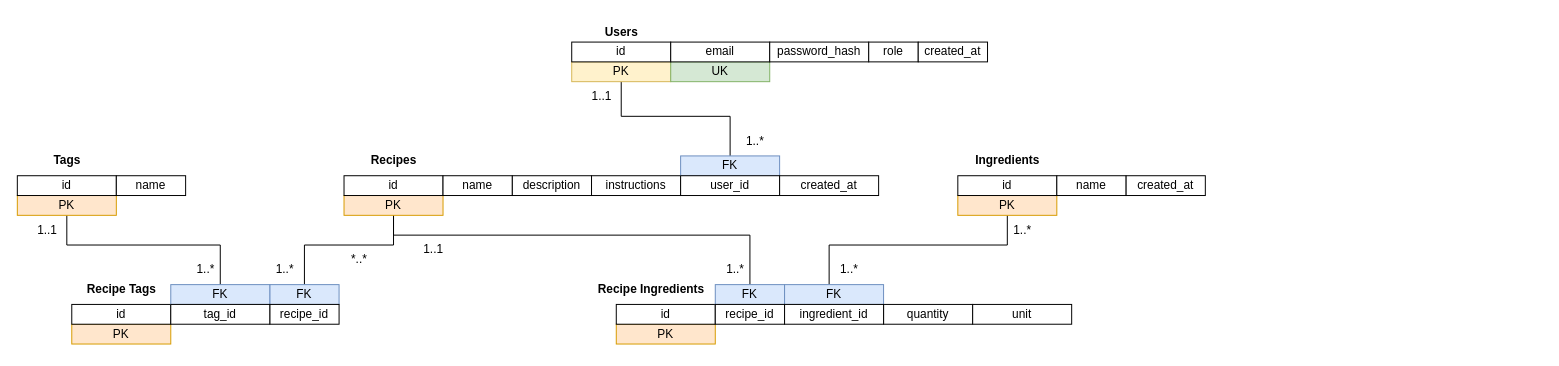
Before: planning/cookbook_relational_schema.drawio in bryant-lam/cookbook-app, a draw.io diagram. Source tidied: cells renumbered, new cells numbered last; positions are measured from the earlier drawing's top-left corner, leaving out a move shared by most shapes. Both pictures are drawn from the tidied source at 99%, with x=0, y=0 at pixel (17, 17).
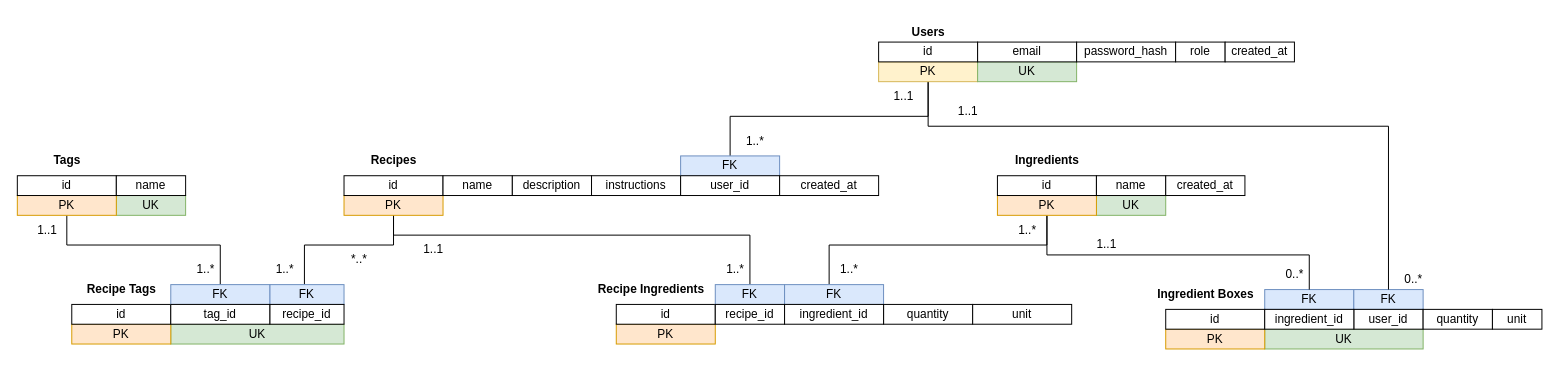
Above is the later version.

Commit message (it also covers changes not shown here):
added tables to postgreSQL db

The change refers to these unchanged cells:
```xml
<mxCell id="20" value="FK" style="rounded=0;whiteSpace=wrap;html=1;fillColor=#dae8fc;strokeColor=#6c8ebf;" parent="1" vertex="1">
  <mxGeometry x="670" y="140" width="100" height="20" as="geometry" />
</mxCell>
<mxCell id="38" value="FK" style="rounded=0;whiteSpace=wrap;html=1;fillColor=#dae8fc;strokeColor=#6c8ebf;" parent="1" vertex="1">
  <mxGeometry x="775" y="270" width="100" height="20" as="geometry" />
</mxCell>
```

Diff of the diagram source:
```diff
@@
+    <mxCell id="59" value="UK" style="rounded=0;whiteSpace=wrap;html=1;fillColor=#d5e8d4;strokeColor=#82b366;" parent="1" vertex="1">
+      <mxGeometry x="100" y="180" width="70" height="20" as="geometry" />
+    </mxCell>
+    <mxCell id="60" value="FK" style="rounded=0;whiteSpace=wrap;html=1;fillColor=#dae8fc;strokeColor=#6c8ebf;" parent="1" vertex="1">
+      <mxGeometry x="1260" y="275" width="90" height="20" as="geometry" />
+    </mxCell>
+    <mxCell id="61" value="FK" style="rounded=0;whiteSpace=wrap;html=1;fillColor=#dae8fc;strokeColor=#6c8ebf;" parent="1" vertex="1">
+      <mxGeometry x="1350" y="275" width="70" height="20" as="geometry" />
+    </mxCell>
+    <mxCell id="62" value="UK" style="rounded=0;whiteSpace=wrap;html=1;fillColor=#d5e8d4;strokeColor=#82b366;" parent="1" vertex="1">
+      <mxGeometry x="1260" y="315" width="160" height="20" as="geometry" />
+    </mxCell>
+    <mxCell id="63" value="UK" style="rounded=0;whiteSpace=wrap;html=1;fillColor=#d5e8d4;strokeColor=#82b366;" parent="1" vertex="1">
+      <mxGeometry x="1090" y="180" width="70" height="20" as="geometry" />
+    </mxCell>
+    <mxCell id="64" value="UK" style="rounded=0;whiteSpace=wrap;html=1;fillColor=#d5e8d4;strokeColor=#82b366;" parent="1" vertex="1">
+      <mxGeometry x="155" y="310" width="175" height="20" as="geometry" />
+    </mxCell>
     <mxCell id="2" value="&lt;b&gt;Ingredients&lt;/b&gt;" style="text;html=1;align=center;verticalAlign=middle;strokeColor=none;fillColor=none;" parent="1" vertex="1">
-      <mxGeometry x="955" y="130" width="90" height="30" as="geometry" />
+      <mxGeometry x="995" y="130" width="90" height="30" as="geometry" />
     </mxCell>
@@
     <mxCell id="4" value="Users" style="text;html=1;align=center;verticalAlign=middle;strokeColor=none;fillColor=none;fontStyle=1;" parent="1" vertex="1">
-      <mxGeometry x="585" width="50" height="30" as="geometry" />
+      <mxGeometry x="895" width="50" height="30" as="geometry" />
     </mxCell>
     <mxCell id="5" style="edgeStyle=orthogonalEdgeStyle;rounded=0;jettySize=auto;html=1;entryX=0.5;entryY=0;entryDx=0;entryDy=0;endArrow=none;endFill=0;" parent="1" edge="1" source="6" target="20">
       <mxGeometry relative="1" as="geometry">
         <Array as="points">
-          <mxPoint x="610" y="100" />
+          <mxPoint x="920" y="100" />
           <mxPoint x="720" y="100" />
         </Array>
       </mxGeometry>
     </mxCell>
+    <mxCell id="65" style="edgeStyle=orthogonalEdgeStyle;rounded=0;jettySize=auto;html=1;entryX=0.5;entryY=0;entryDx=0;entryDy=0;endArrow=none;endFill=0;" parent="1" edge="1" source="6" target="61">
+      <mxGeometry relative="1" as="geometry">
+        <Array as="points">
+          <mxPoint x="920" y="110" />
+          <mxPoint x="1385" y="110" />
+        </Array>
+      </mxGeometry>
+    </mxCell>
     <mxCell id="6" value="PK" style="rounded=0;whiteSpace=wrap;html=1;fillColor=#fff2cc;strokeColor=#d6b656;" parent="1" vertex="1">
-      <mxGeometry x="560" y="45" width="100" height="20" as="geometry" />
+      <mxGeometry x="870" y="45" width="100" height="20" as="geometry" />
     </mxCell>
     <mxCell id="7" value="UK" style="rounded=0;whiteSpace=wrap;html=1;fillColor=#d5e8d4;strokeColor=#82b366;" parent="1" vertex="1">
-      <mxGeometry x="660" y="45" width="100" height="20" as="geometry" />
+      <mxGeometry x="970" y="45" width="100" height="20" as="geometry" />
     </mxCell>
     <mxCell id="8" value="id" style="rounded=0;whiteSpace=wrap;html=1;" parent="1" vertex="1">
-      <mxGeometry x="560" y="25" width="100" height="20" as="geometry" />
+      <mxGeometry x="870" y="25" width="100" height="20" as="geometry" />
     </mxCell>
     <mxCell id="9" value="email" style="rounded=0;whiteSpace=wrap;html=1;" parent="1" vertex="1">
-      <mxGeometry x="660" y="25" width="100" height="20" as="geometry" />
+      <mxGeometry x="970" y="25" width="100" height="20" as="geometry" />
     </mxCell>
     <mxCell id="10" value="password_hash" style="rounded=0;whiteSpace=wrap;html=1;" parent="1" vertex="1">
-      <mxGeometry x="760" y="25" width="100" height="20" as="geometry" />
+      <mxGeometry x="1070" y="25" width="100" height="20" as="geometry" />
     </mxCell>
     <mxCell id="11" value="role" style="rounded=0;whiteSpace=wrap;html=1;" parent="1" vertex="1">
-      <mxGeometry x="860" y="25" width="50" height="20" as="geometry" />
+      <mxGeometry x="1170" y="25" width="50" height="20" as="geometry" />
     </mxCell>
     <mxCell id="12" value="created_at" style="rounded=0;whiteSpace=wrap;html=1;" parent="1" vertex="1">
-      <mxGeometry x="910" y="25" width="70" height="20" as="geometry" />
+      <mxGeometry x="1220" y="25" width="70" height="20" as="geometry" />
     </mxCell>
@@
     <mxCell id="22" value="1..1" style="text;html=1;align=center;verticalAlign=middle;strokeColor=none;fillColor=none;" parent="1" vertex="1">
-      <mxGeometry x="570" y="65" width="40" height="30" as="geometry" />
+      <mxGeometry x="875" y="65" width="40" height="30" as="geometry" />
     </mxCell>
@@
     <mxCell id="25" style="edgeStyle=orthogonalEdgeStyle;rounded=0;jettySize=auto;html=1;endArrow=none;endFill=0;" parent="1" edge="1" source="26" target="38">
       <mxGeometry relative="1" as="geometry">
         <Array as="points">
-          <mxPoint x="1000" y="230" />
+          <mxPoint x="1040" y="230" />
           <mxPoint x="820" y="230" />
         </Array>
       </mxGeometry>
     </mxCell>
+    <mxCell id="66" style="edgeStyle=orthogonalEdgeStyle;rounded=0;jettySize=auto;html=1;entryX=0.5;entryY=0;entryDx=0;entryDy=0;endArrow=none;endFill=0;" parent="1" edge="1" source="26" target="60">
+      <mxGeometry relative="1" as="geometry">
+        <Array as="points">
+          <mxPoint x="1040" y="240" />
+          <mxPoint x="1305" y="240" />
+        </Array>
+      </mxGeometry>
+    </mxCell>
     <mxCell id="26" value="PK" style="rounded=0;whiteSpace=wrap;html=1;fillColor=#ffe6cc;strokeColor=#d79b00;" parent="1" vertex="1">
-      <mxGeometry x="950" y="180" width="100" height="20" as="geometry" />
+      <mxGeometry x="990" y="180" width="100" height="20" as="geometry" />
     </mxCell>
     <mxCell id="27" value="id" style="rounded=0;whiteSpace=wrap;html=1;" parent="1" vertex="1">
-      <mxGeometry x="950" y="160" width="100" height="20" as="geometry" />
+      <mxGeometry x="990" y="160" width="100" height="20" as="geometry" />
     </mxCell>
     <mxCell id="28" value="name" style="rounded=0;whiteSpace=wrap;html=1;" parent="1" vertex="1">
-      <mxGeometry x="1050" y="160" width="70" height="20" as="geometry" />
+      <mxGeometry x="1090" y="160" width="70" height="20" as="geometry" />
     </mxCell>
     <mxCell id="29" value="created_at" style="rounded=0;whiteSpace=wrap;html=1;" parent="1" vertex="1">
-      <mxGeometry x="1120" y="160" width="80" height="20" as="geometry" />
+      <mxGeometry x="1160" y="160" width="80" height="20" as="geometry" />
     </mxCell>
@@
     <mxCell id="41" value="1..*" style="text;html=1;align=center;verticalAlign=middle;strokeColor=none;fillColor=none;" parent="1" vertex="1">
-      <mxGeometry x="995" y="200" width="40" height="30" as="geometry" />
+      <mxGeometry x="1000" y="200" width="40" height="30" as="geometry" />
     </mxCell>
@@
     <mxCell id="51" value="FK" style="rounded=0;whiteSpace=wrap;html=1;fillColor=#dae8fc;strokeColor=#6c8ebf;" parent="1" vertex="1">
-      <mxGeometry x="255" y="270" width="70" height="20" as="geometry" />
+      <mxGeometry x="255" y="270" width="75" height="20" as="geometry" />
     </mxCell>
@@
     <mxCell id="54" value="recipe_id" style="rounded=0;whiteSpace=wrap;html=1;" parent="1" vertex="1">
-      <mxGeometry x="255" y="290" width="70" height="20" as="geometry" />
+      <mxGeometry x="255" y="290" width="75" height="20" as="geometry" />
     </mxCell>
@@
+    <mxCell id="67" value="&lt;b&gt;Ingredient Boxes&lt;/b&gt;" style="text;html=1;align=center;verticalAlign=middle;strokeColor=none;fillColor=none;" parent="1" vertex="1">
+      <mxGeometry x="1140" y="265" width="120" height="30" as="geometry" />
+    </mxCell>
+    <mxCell id="68" value="PK" style="rounded=0;whiteSpace=wrap;html=1;fillColor=#ffe6cc;strokeColor=#d79b00;" parent="1" vertex="1">
+      <mxGeometry x="1160" y="315" width="100" height="20" as="geometry" />
+    </mxCell>
+    <mxCell id="69" value="id" style="rounded=0;whiteSpace=wrap;html=1;" parent="1" vertex="1">
+      <mxGeometry x="1160" y="295" width="100" height="20" as="geometry" />
+    </mxCell>
+    <mxCell id="70" value="user_id" style="rounded=0;whiteSpace=wrap;html=1;" parent="1" vertex="1">
+      <mxGeometry x="1350" y="295" width="70" height="20" as="geometry" />
+    </mxCell>
+    <mxCell id="71" value="ingredient_id" style="rounded=0;whiteSpace=wrap;html=1;" parent="1" vertex="1">
+      <mxGeometry x="1260" y="295" width="90" height="20" as="geometry" />
+    </mxCell>
+    <mxCell id="72" value="quantity" style="rounded=0;whiteSpace=wrap;html=1;" parent="1" vertex="1">
+      <mxGeometry x="1420" y="295" width="70" height="20" as="geometry" />
+    </mxCell>
+    <mxCell id="73" value="unit" style="rounded=0;whiteSpace=wrap;html=1;" parent="1" vertex="1">
+      <mxGeometry x="1490" y="295" width="50" height="20" as="geometry" />
+    </mxCell>
+    <mxCell id="74" style="edgeStyle=orthogonalEdgeStyle;rounded=0;orthogonalLoop=1;jettySize=auto;html=1;exitX=0.5;exitY=1;exitDx=0;exitDy=0;" parent="1" edge="1" source="71" target="71">
+      <mxGeometry relative="1" as="geometry" />
+    </mxCell>
+    <mxCell id="75" value="1..1" style="text;html=1;align=center;verticalAlign=middle;strokeColor=none;fillColor=none;" parent="1" vertex="1">
+      <mxGeometry x="1080" y="215" width="40" height="30" as="geometry" />
+    </mxCell>
+    <mxCell id="76" value="0..*" style="text;html=1;align=center;verticalAlign=middle;strokeColor=none;fillColor=none;" parent="1" vertex="1">
+      <mxGeometry x="1270" y="245" width="40" height="30" as="geometry" />
+    </mxCell>
+    <mxCell id="77" value="1..1" style="text;html=1;align=center;verticalAlign=middle;strokeColor=none;fillColor=none;" parent="1" vertex="1">
+      <mxGeometry x="940" y="80" width="40" height="30" as="geometry" />
+    </mxCell>
+    <mxCell id="78" value="0..*" style="text;html=1;align=center;verticalAlign=middle;strokeColor=none;fillColor=none;" parent="1" vertex="1">
+      <mxGeometry x="1390" y="250" width="40" height="30" as="geometry" />
+    </mxCell>
```
